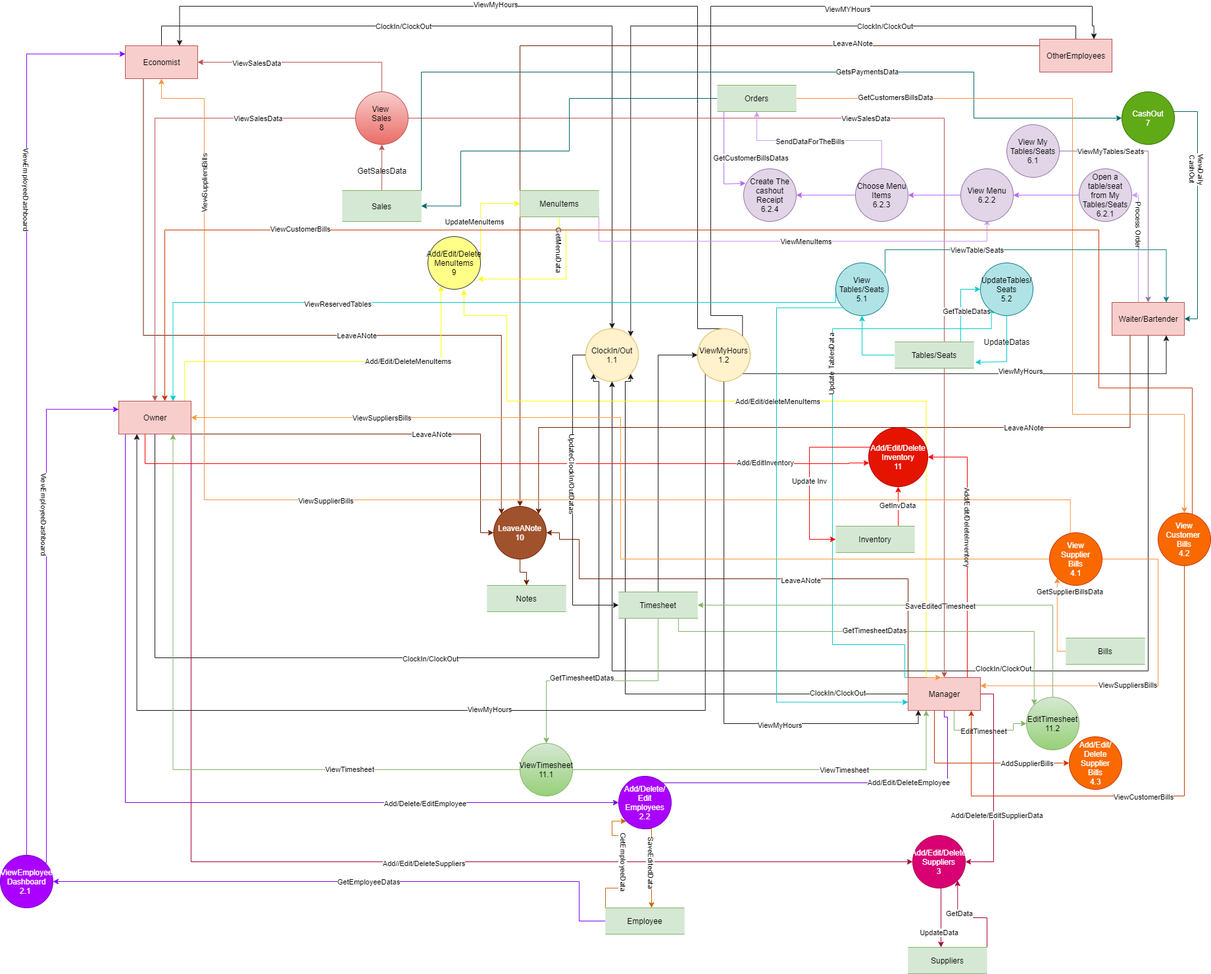
llikaj17/404- keeps this draw.io diagram as FinalDiagrams/DFD/DFD3.png. Above is the earlier version. Source tidied: cells renumbered, new cells last; positions are measured from the earlier drawing's top-left corner, leaving out a move shared by most shapes.
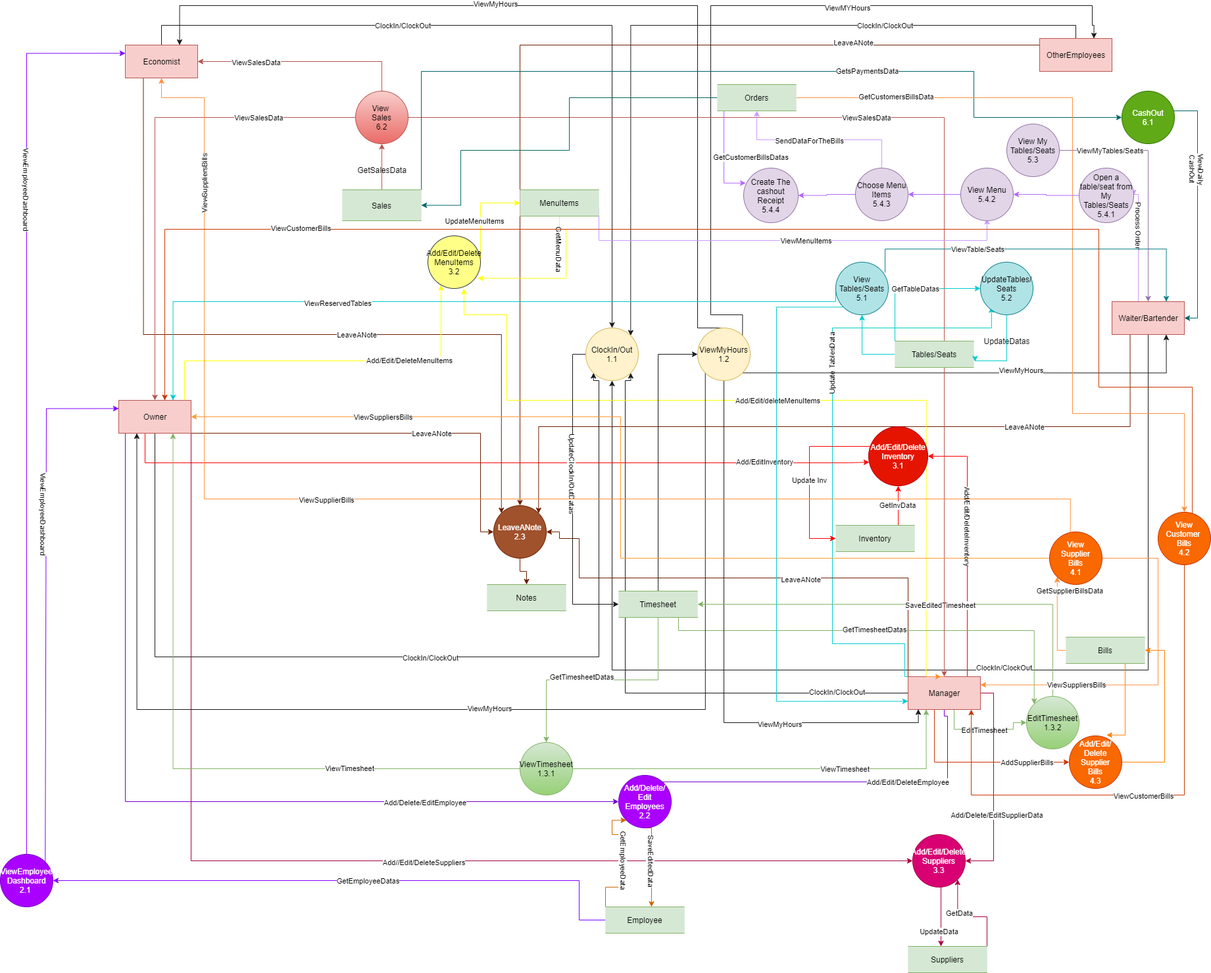
Above is the later version.

The edit, as a diff of the source:
```diff
@@ -498,7 +498,7 @@
         <mxPoint x="-1" as="offset" />
       </mxGeometry>
     </mxCell>
-    <mxCell id="91" value="ViewTimesheet&lt;br&gt;11.1" style="ellipse;whiteSpace=wrap;html=1;fillColor=#d5e8d4;strokeColor=#82b366;gradientColor=#97d077;" parent="1" vertex="1">
+    <mxCell id="91" value="ViewTimesheet&lt;br&gt;1.3.1" style="ellipse;whiteSpace=wrap;html=1;fillColor=#d5e8d4;strokeColor=#82b366;gradientColor=#97d077;" parent="1" vertex="1">
       <mxGeometry x="790" y="1120" width="80" height="80" as="geometry" />
     </mxCell>
     <mxCell id="92" style="edgeStyle=orthogonalEdgeStyle;rounded=0;jettySize=auto;html=1;exitX=0.5;exitY=0;exitDx=0;exitDy=0;entryX=1;entryY=0.5;entryDx=0;entryDy=0;strokeColor=#82b366;fillColor=#d5e8d4;" parent="1" edge="1" source="94" target="57">
@@ -511,7 +511,7 @@
     <mxCell id="93" value="SaveEditedTimesheet" style="edgeLabel;html=1;align=center;verticalAlign=middle;" parent="92" vertex="1">
       <mxGeometry x="-0.08" y="1" relative="1" as="geometry" />
     </mxCell>
-    <mxCell id="94" value="EditTimesheet&lt;br&gt;11.2" style="ellipse;whiteSpace=wrap;html=1;fillColor=#d5e8d4;strokeColor=#82b366;gradientColor=#97d077;" parent="1" vertex="1">
+    <mxCell id="94" value="EditTimesheet&lt;br&gt;1.3.2" style="ellipse;whiteSpace=wrap;html=1;fillColor=#d5e8d4;strokeColor=#82b366;gradientColor=#97d077;" parent="1" vertex="1">
       <mxGeometry x="1560" y="1050" width="80" height="80" as="geometry" />
     </mxCell>
     <mxCell id="95" style="edgeStyle=orthogonalEdgeStyle;rounded=0;jettySize=auto;html=1;strokeColor=#FF0000;entryX=0;entryY=0.5;entryDx=0;entryDy=0;fillColor=#e51400;" parent="1" edge="1" source="97" target="100">
@@ -525,7 +525,7 @@
     <mxCell id="96" value="Update Inv" style="edgeLabel;html=1;align=center;verticalAlign=middle;" parent="95" vertex="1">
       <mxGeometry x="0.06" y="-1" relative="1" as="geometry" />
     </mxCell>
-    <mxCell id="97" value="Add/Edit/Delete&lt;br&gt;Inventory&lt;br&gt;11" style="ellipse;whiteSpace=wrap;html=1;fillColor=#e51400;strokeColor=#B20000;fontColor=#ffffff;" parent="1" vertex="1">
+    <mxCell id="97" value="Add/Edit/Delete&lt;br&gt;Inventory&lt;br&gt;3.1" style="ellipse;whiteSpace=wrap;html=1;fillColor=#e51400;strokeColor=#B20000;fontColor=#ffffff;" parent="1" vertex="1">
       <mxGeometry x="1320" y="640" width="90" height="90" as="geometry" />
     </mxCell>
     <mxCell id="98" style="edgeStyle=orthogonalEdgeStyle;rounded=0;jettySize=auto;html=1;exitX=0.5;exitY=0;exitDx=0;exitDy=0;entryX=0.5;entryY=1;entryDx=0;entryDy=0;strokeColor=#FF0000;" parent="1" edge="1" source="100" target="97">
@@ -554,7 +554,7 @@
     <mxCell id="102" value="UpdateData" style="edgeLabel;html=1;align=center;verticalAlign=middle;" parent="101" vertex="1">
       <mxGeometry x="0.5" y="-4" relative="1" as="geometry" />
     </mxCell>
-    <mxCell id="103" value="Add/Edit/Delete&lt;br&gt;Suppliers&lt;br&gt;3" style="ellipse;whiteSpace=wrap;html=1;fillColor=#d80073;strokeColor=#A50040;fontColor=#ffffff;" parent="1" vertex="1">
+    <mxCell id="103" value="Add/Edit/Delete&lt;br&gt;Suppliers&lt;br&gt;3.3" style="ellipse;whiteSpace=wrap;html=1;fillColor=#d80073;strokeColor=#A50040;fontColor=#ffffff;" parent="1" vertex="1">
       <mxGeometry x="1387" y="1260" width="80" height="80" as="geometry" />
     </mxCell>
     <mxCell id="104" style="edgeStyle=orthogonalEdgeStyle;rounded=0;jettySize=auto;html=1;exitX=1;exitY=0;exitDx=0;exitDy=0;entryX=1;entryY=1;entryDx=0;entryDy=0;strokeColor=#A50040;fillColor=#d80073;" parent="1" edge="1" source="106" target="103">
@@ -588,7 +588,7 @@
         <mxPoint x="-116" y="-199" as="offset" />
       </mxGeometry>
     </mxCell>
-    <mxCell id="113" value="View&amp;nbsp;&lt;br&gt;Sales&lt;br&gt;8" style="ellipse;whiteSpace=wrap;html=1;fillColor=#f8cecc;strokeColor=#b85450;gradientColor=#ea6b66;" parent="1" vertex="1">
+    <mxCell id="113" value="View&amp;nbsp;&lt;br&gt;Sales&lt;br&gt;6.2" style="ellipse;whiteSpace=wrap;html=1;fillColor=#f8cecc;strokeColor=#b85450;gradientColor=#ea6b66;" parent="1" vertex="1">
       <mxGeometry x="540" y="130" width="80" height="80" as="geometry" />
     </mxCell>
     <mxCell id="114" style="edgeStyle=orthogonalEdgeStyle;rounded=0;jettySize=auto;html=1;exitX=0.5;exitY=0;exitDx=0;exitDy=0;entryX=0.5;entryY=1;entryDx=0;entryDy=0;strokeColor=#b85450;gradientColor=#ea6b66;fillColor=#f8cecc;" parent="1" edge="1" source="117" target="113">
@@ -623,6 +623,14 @@
         <mxPoint x="19.3" y="-8.3" as="offset" />
       </mxGeometry>
     </mxCell>
+    <mxCell id="182" style="edgeStyle=orthogonalEdgeStyle;rounded=0;jettySize=auto;html=1;exitX=0.5;exitY=1;exitDx=0;exitDy=0;entryX=0.709;entryY=-0.015;entryDx=0;entryDy=0;entryPerimeter=0;strokeColor=#FF8000;" parent="1" edge="1" source="120" target="169">
+      <mxGeometry relative="1" as="geometry">
+        <Array as="points">
+          <mxPoint x="1710" y="1000" />
+          <mxPoint x="1710" y="1109" />
+        </Array>
+      </mxGeometry>
+    </mxCell>
     <mxCell id="120" value="Bills" style="shape=partialRectangle;whiteSpace=wrap;html=1;left=0;right=0;fillColor=#d5e8d4;strokeColor=#82b366;" parent="1" vertex="1">
       <mxGeometry x="1620" y="960" width="120" height="40" as="geometry" />
     </mxCell>
@@ -669,7 +677,7 @@
     </mxCell>
     <mxCell id="127" value="ViewSuppliersBills" style="edgeLabel;html=1;align=center;verticalAlign=middle;" parent="126" vertex="1">
       <mxGeometry x="0.1" y="-1" relative="1" as="geometry">
-        <mxPoint x="-40.2" as="offset" />
+        <mxPoint x="-118.5" as="offset" />
       </mxGeometry>
     </mxCell>
     <mxCell id="128" value="View&lt;br&gt;&amp;nbsp;Supplier&amp;nbsp;&lt;br&gt;Bills&lt;br&gt;4.1" style="ellipse;whiteSpace=wrap;html=1;fillColor=#fa6800;strokeColor=#C73500;fontColor=#ffffff;" parent="1" vertex="1">
@@ -709,7 +717,7 @@
         <mxPoint x="-34" y="26" as="offset" />
       </mxGeometry>
     </mxCell>
-    <mxCell id="134" value="Add/Edit/Delete&lt;br&gt;MenuItems&lt;br&gt;9" style="ellipse;whiteSpace=wrap;html=1;fillColor=#ffff88;strokeColor=#36393d;" parent="1" vertex="1">
+    <mxCell id="134" value="Add/Edit/Delete&lt;br&gt;MenuItems&lt;br&gt;3.2" style="ellipse;whiteSpace=wrap;html=1;fillColor=#ffff88;strokeColor=#36393d;" parent="1" vertex="1">
       <mxGeometry x="650" y="350" width="80" height="80" as="geometry" />
     </mxCell>
     <mxCell id="135" style="edgeStyle=orthogonalEdgeStyle;rounded=0;jettySize=auto;html=1;exitX=0.5;exitY=1;exitDx=0;exitDy=0;entryX=0.946;entryY=0.806;entryDx=0;entryDy=0;entryPerimeter=0;strokeColor=#FFFF00;" parent="1" edge="1" source="139" target="134">
@@ -754,8 +762,8 @@
     <mxCell id="141" style="edgeStyle=orthogonalEdgeStyle;rounded=0;jettySize=auto;html=1;exitX=0.5;exitY=0;exitDx=0;exitDy=0;entryX=0;entryY=0.5;entryDx=0;entryDy=0;strokeColor=#00CCCC;" parent="1" edge="1" source="143" target="144">
       <mxGeometry relative="1" as="geometry">
         <Array as="points">
-          <mxPoint x="1460" y="510" />
-          <mxPoint x="1460" y="430" />
+          <mxPoint x="1360" y="510" />
+          <mxPoint x="1360" y="430" />
         </Array>
       </mxGeometry>
     </mxCell>
@@ -795,7 +803,7 @@
     <mxCell id="149" style="edgeStyle=orthogonalEdgeStyle;rounded=0;jettySize=auto;html=1;exitX=0.5;exitY=1;exitDx=0;exitDy=0;strokeColor=#6D1F00;fillColor=#a0522d;" parent="1" edge="1" source="150" target="151">
       <mxGeometry relative="1" as="geometry" />
     </mxCell>
-    <mxCell id="150" value="LeaveANote&lt;br&gt;10" style="ellipse;whiteSpace=wrap;html=1;fillColor=#a0522d;strokeColor=#6D1F00;fontColor=#ffffff;" parent="1" vertex="1">
+    <mxCell id="150" value="LeaveANote&lt;br&gt;2.3" style="ellipse;whiteSpace=wrap;html=1;fillColor=#a0522d;strokeColor=#6D1F00;fontColor=#ffffff;" parent="1" vertex="1">
       <mxGeometry x="750" y="760" width="80" height="80" as="geometry" />
     </mxCell>
     <mxCell id="151" value="Notes" style="shape=partialRectangle;whiteSpace=wrap;html=1;left=0;right=0;fillColor=#d5e8d4;strokeColor=#82b366;" parent="1" vertex="1">
@@ -825,8 +833,8 @@
     <mxCell id="155" value="SendDataForTheBills" style="edgeLabel;html=1;align=center;verticalAlign=middle;" parent="154" vertex="1">
       <mxGeometry x="0.1" y="1" relative="1" as="geometry" />
     </mxCell>
-    <mxCell id="156" value="Create The cashout Receipt&lt;br&gt;6.2.4" style="ellipse;whiteSpace=wrap;html=1;fillColor=#e1d5e7;strokeColor=#9673a6;" parent="1" vertex="1">
-      <mxGeometry x="1130" y="247" width="80" height="80" as="geometry" />
+    <mxCell id="156" value="Create The cashout Receipt&lt;br&gt;5.4.4" style="ellipse;whiteSpace=wrap;html=1;fillColor=#e1d5e7;strokeColor=#9673a6;" parent="1" vertex="1">
+      <mxGeometry x="1130" y="247" width="83" height="83" as="geometry" />
     </mxCell>
     <mxCell id="157" style="edgeStyle=orthogonalEdgeStyle;rounded=0;jettySize=auto;html=1;exitX=0;exitY=0.5;exitDx=0;exitDy=0;strokeColor=#006666;entryX=1;entryY=0.5;entryDx=0;entryDy=0;" parent="1" edge="1" source="160" target="117">
       <mxGeometry relative="1" as="geometry">
@@ -868,7 +876,7 @@
         <mxPoint y="-1" as="offset" />
       </mxGeometry>
     </mxCell>
-    <mxCell id="163" value="CashOut&lt;br&gt;7" style="ellipse;whiteSpace=wrap;html=1;fillColor=#60a917;strokeColor=#2D7600;fontColor=#ffffff;" parent="1" vertex="1">
+    <mxCell id="163" value="CashOut&lt;br&gt;6.1" style="ellipse;whiteSpace=wrap;html=1;fillColor=#60a917;strokeColor=#2D7600;fontColor=#ffffff;" parent="1" vertex="1">
       <mxGeometry x="1705" y="130" width="80" height="80" as="geometry" />
     </mxCell>
     <mxCell id="164" style="edgeStyle=orthogonalEdgeStyle;rounded=0;jettySize=auto;html=1;fillColor=#fa6800;strokeColor=#C73500;entryX=0.873;entryY=1.001;entryDx=0;entryDy=0;entryPerimeter=0;" parent="1" edge="1" source="168" target="38">
@@ -905,6 +913,14 @@
     <mxCell id="168" value="View&lt;br&gt;Customer &lt;br&gt;Bills&lt;br&gt;4.2" style="ellipse;whiteSpace=wrap;html=1;fillColor=#fa6800;strokeColor=#C73500;fontColor=#ffffff;" parent="1" vertex="1">
       <mxGeometry x="1760" y="770" width="80" height="80" as="geometry" />
     </mxCell>
+    <mxCell id="183" style="edgeStyle=orthogonalEdgeStyle;rounded=0;jettySize=auto;html=1;exitX=1;exitY=0.5;exitDx=0;exitDy=0;entryX=1;entryY=0.5;entryDx=0;entryDy=0;strokeColor=#FF8000;" parent="1" edge="1" source="169" target="120">
+      <mxGeometry relative="1" as="geometry">
+        <Array as="points">
+          <mxPoint x="1770" y="1150" />
+          <mxPoint x="1770" y="980" />
+        </Array>
+      </mxGeometry>
+    </mxCell>
     <mxCell id="169" value="Add/Edit/&lt;br&gt;Delete&lt;br&gt;&amp;nbsp;Supplier&amp;nbsp;&lt;br&gt;Bills&lt;br&gt;4.3" style="ellipse;whiteSpace=wrap;html=1;fillColor=#fa6800;strokeColor=#C73500;fontColor=#ffffff;" parent="1" vertex="1">
       <mxGeometry x="1625" y="1110" width="80" height="80" as="geometry" />
     </mxCell>
@@ -924,19 +940,19 @@
     <mxCell id="173" style="edgeStyle=orthogonalEdgeStyle;rounded=0;jettySize=auto;html=1;exitX=0;exitY=0.5;exitDx=0;exitDy=0;entryX=1;entryY=0.5;entryDx=0;entryDy=0;strokeColor=#B266FF;" parent="1" edge="1" source="174" target="176">
       <mxGeometry relative="1" as="geometry" />
     </mxCell>
-    <mxCell id="174" value="Open a table/seat from My Tables/Seats&lt;br&gt;6.2.1" style="ellipse;whiteSpace=wrap;html=1;fillColor=#e1d5e7;strokeColor=#9673a6;" parent="1" vertex="1">
-      <mxGeometry x="1640" y="247" width="80" height="80" as="geometry" />
+    <mxCell id="174" value="Open a table/seat from My Tables/Seats&lt;br&gt;5.4.1" style="ellipse;whiteSpace=wrap;html=1;fillColor=#e1d5e7;strokeColor=#9673a6;" parent="1" vertex="1">
+      <mxGeometry x="1640" y="247" width="83" height="83" as="geometry" />
     </mxCell>
     <mxCell id="175" style="edgeStyle=orthogonalEdgeStyle;rounded=0;jettySize=auto;html=1;exitX=0;exitY=0.5;exitDx=0;exitDy=0;entryX=1;entryY=0.5;entryDx=0;entryDy=0;strokeColor=#B266FF;" parent="1" edge="1" source="176" target="178">
       <mxGeometry relative="1" as="geometry" />
     </mxCell>
-    <mxCell id="176" value="View Menu&lt;br&gt;6.2.2" style="ellipse;whiteSpace=wrap;html=1;fillColor=#e1d5e7;strokeColor=#9673a6;" parent="1" vertex="1">
+    <mxCell id="176" value="View Menu&lt;br&gt;5.4.2" style="ellipse;whiteSpace=wrap;html=1;fillColor=#e1d5e7;strokeColor=#9673a6;" parent="1" vertex="1">
       <mxGeometry x="1460" y="247" width="80" height="80" as="geometry" />
     </mxCell>
     <mxCell id="177" style="edgeStyle=orthogonalEdgeStyle;rounded=0;jettySize=auto;html=1;exitX=0;exitY=0.5;exitDx=0;exitDy=0;entryX=1;entryY=0.5;entryDx=0;entryDy=0;strokeColor=#B266FF;" parent="1" edge="1" source="178" target="156">
       <mxGeometry relative="1" as="geometry" />
     </mxCell>
-    <mxCell id="178" value="Choose Menu Items&lt;br&gt;6.2.3" style="ellipse;whiteSpace=wrap;html=1;fillColor=#e1d5e7;strokeColor=#9673a6;" parent="1" vertex="1">
+    <mxCell id="178" value="Choose Menu Items&lt;br&gt;5.4.3" style="ellipse;whiteSpace=wrap;html=1;fillColor=#e1d5e7;strokeColor=#9673a6;" parent="1" vertex="1">
       <mxGeometry x="1300" y="247" width="80" height="80" as="geometry" />
     </mxCell>
     <mxCell id="179" style="edgeStyle=orthogonalEdgeStyle;rounded=0;jettySize=auto;html=1;exitX=1;exitY=0.5;exitDx=0;exitDy=0;entryX=0.5;entryY=0;entryDx=0;entryDy=0;fillColor=#e1d5e7;strokeColor=#9673a6;" parent="1" edge="1" source="181" target="18">
@@ -951,7 +967,7 @@
         <mxPoint x="20" y="3" as="offset" />
       </mxGeometry>
     </mxCell>
-    <mxCell id="181" value="View My Tables/Seats&lt;br&gt;6.1" style="ellipse;whiteSpace=wrap;html=1;fillColor=#e1d5e7;strokeColor=#9673a6;" parent="1" vertex="1">
+    <mxCell id="181" value="View My Tables/Seats&lt;br&gt;5.3" style="ellipse;whiteSpace=wrap;html=1;fillColor=#e1d5e7;strokeColor=#9673a6;" parent="1" vertex="1">
       <mxGeometry x="1530" y="180" width="80" height="80" as="geometry" />
     </mxCell>
   </root>
```
